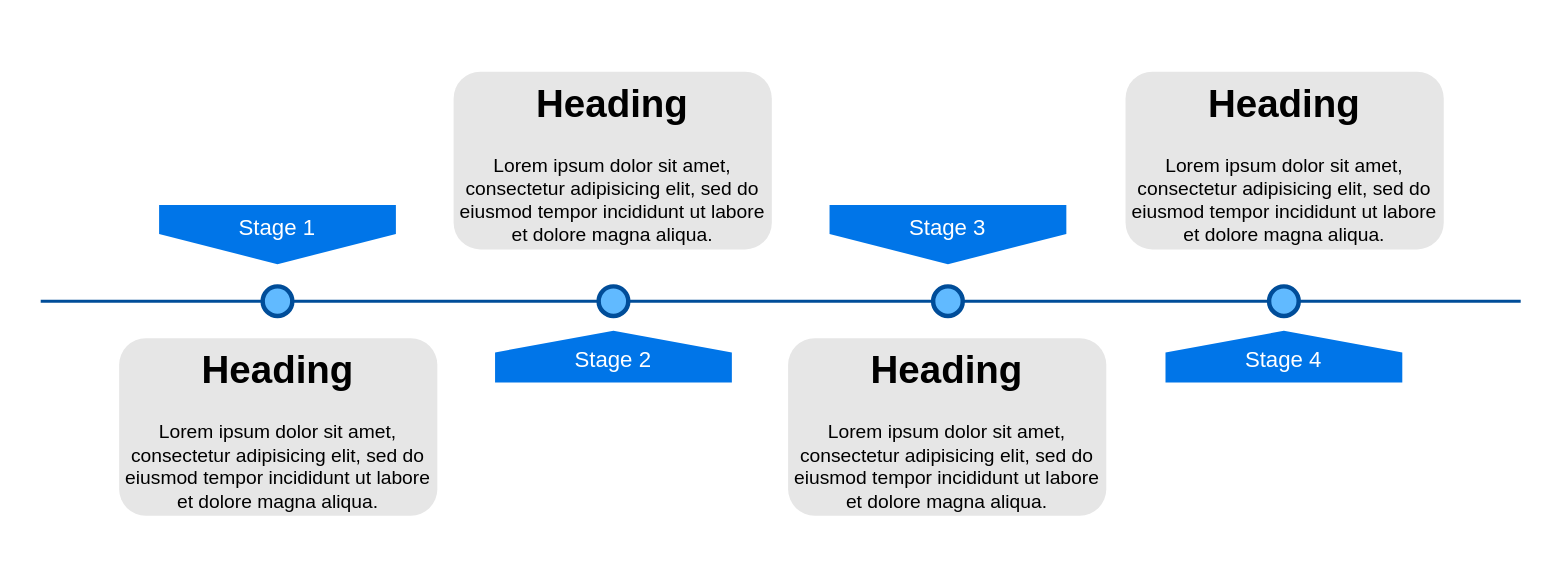
Above: SEE Automation Road Map.drawio in satis-pra/sp-draw.io-diagrams (draw.io), before the change. Source tidied: cells renumbered, new cells numbered last; positions are measured from the earlier drawing's top-left corner, leaving out a move shared by most shapes. Both pictures are drawn from the tidied source at 148%, with x=0, y=0 at pixel (40, 71).
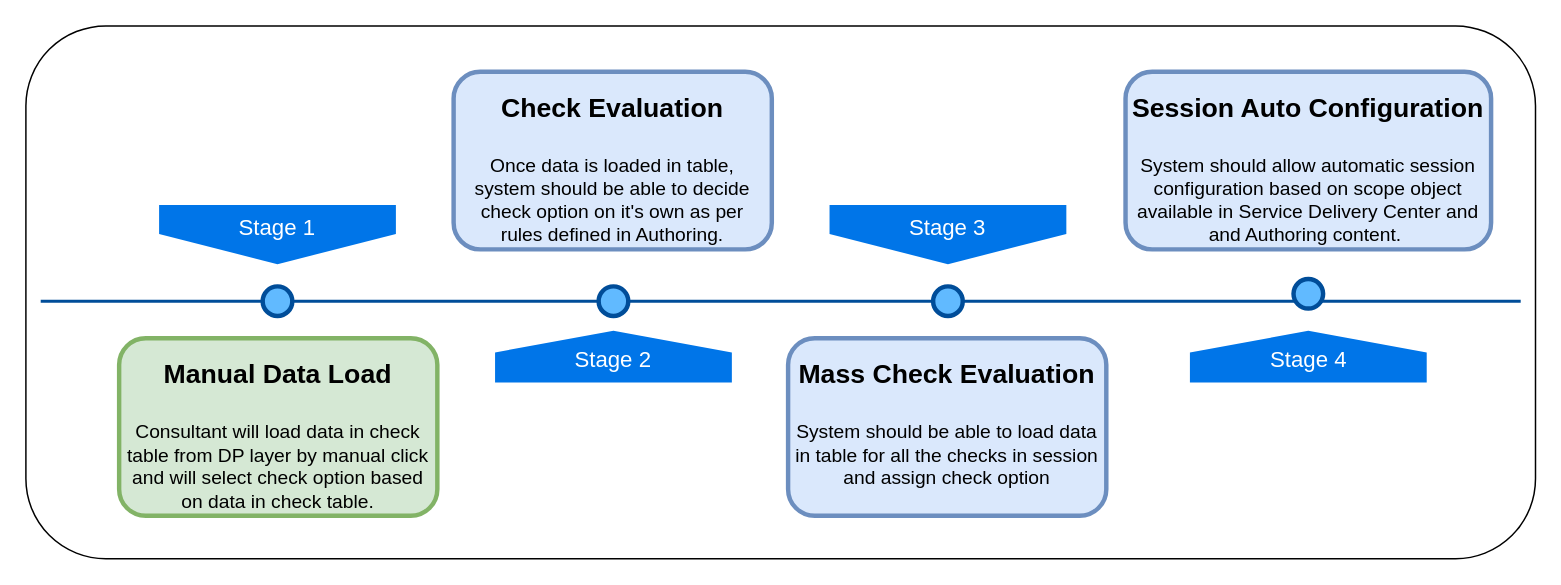
The same diagram, later.

The edit, as a diff of the source:
```diff
@@
 <mxGraphModel>
   <root>
     <mxCell id="0" />
     <mxCell id="1" parent="0" />
+    <mxCell id="15" style="rounded=1;whiteSpace=wrap;html=1;" parent="1" vertex="1">
+      <mxGeometry x="-10" y="-31" width="1020" height="360" as="geometry" />
+    </mxCell>
     <mxCell id="2" style="line;strokeWidth=2;html=1;fillColor=none;fontSize=28;fontColor=#004D99;strokeColor=#004D99;" parent="1" vertex="1">
       <mxGeometry y="150" width="1000" height="10" as="geometry" />
     </mxCell>
     <mxCell id="3" value="Stage 1" style="shape=offPageConnector;whiteSpace=wrap;html=1;fillColor=#0075E8;fontSize=15;fontColor=#FFFFFF;size=0.5093750000000015;verticalAlign=top;strokeColor=none;" parent="1" vertex="1">
       <mxGeometry x="80" y="90" width="160" height="40" as="geometry" />
     </mxCell>
     <mxCell id="4" value="&lt;span&gt;Stage 3&lt;/span&gt;" style="shape=offPageConnector;whiteSpace=wrap;html=1;fillColor=#0075E8;fontSize=15;fontColor=#FFFFFF;size=0.5093750000000015;verticalAlign=top;strokeColor=none;" parent="1" vertex="1">
       <mxGeometry x="533" y="90" width="160" height="40" as="geometry" />
     </mxCell>
     <mxCell id="5" value="&lt;span&gt;Stage 2&lt;/span&gt;" style="shape=offPageConnector;whiteSpace=wrap;html=1;fillColor=#0075E8;fontSize=15;fontColor=#FFFFFF;size=0.4178571428571445;flipV=1;verticalAlign=bottom;strokeColor=none;spacingBottom=4;" parent="1" vertex="1">
       <mxGeometry x="307" y="175" width="160" height="35" as="geometry" />
     </mxCell>
     <mxCell id="6" value="&lt;span&gt;Stage 4&lt;/span&gt;" style="shape=offPageConnector;whiteSpace=wrap;html=1;fillColor=#0075E8;fontSize=15;fontColor=#FFFFFF;size=0.4178571428571445;flipV=1;verticalAlign=bottom;strokeColor=none;spacingBottom=4;" parent="1" vertex="1">
-      <mxGeometry x="760" y="175" width="160" height="35" as="geometry" />
+      <mxGeometry x="776.5" y="175" width="160" height="35" as="geometry" />
     </mxCell>
     <mxCell id="7" style="ellipse;whiteSpace=wrap;html=1;fillColor=#61BAFF;fontSize=28;fontColor=#004D99;strokeWidth=3;strokeColor=#004D99;" parent="1" vertex="1">
       <mxGeometry x="150" y="145" width="20" height="20" as="geometry" />
     </mxCell>
     <mxCell id="8" style="ellipse;whiteSpace=wrap;html=1;fillColor=#61BAFF;fontSize=28;fontColor=#004D99;strokeWidth=3;strokeColor=#004D99;" parent="1" vertex="1">
       <mxGeometry x="377" y="145" width="20" height="20" as="geometry" />
     </mxCell>
     <mxCell id="9" style="ellipse;whiteSpace=wrap;html=1;fillColor=#61BAFF;fontSize=28;fontColor=#004D99;strokeWidth=3;strokeColor=#004D99;" parent="1" vertex="1">
       <mxGeometry x="603" y="145" width="20" height="20" as="geometry" />
     </mxCell>
     <mxCell id="10" style="ellipse;whiteSpace=wrap;html=1;fillColor=#61BAFF;fontSize=28;fontColor=#004D99;strokeWidth=3;strokeColor=#004D99;" parent="1" vertex="1">
-      <mxGeometry x="830" y="145" width="20" height="20" as="geometry" />
+      <mxGeometry x="846.5" y="140" width="20" height="20" as="geometry" />
     </mxCell>
-    <mxCell id="11" value="&lt;h1&gt;Heading&lt;/h1&gt;&lt;p&gt;Lorem ipsum dolor sit amet, consectetur adipisicing elit, sed do eiusmod tempor incididunt ut labore et dolore magna aliqua.&lt;/p&gt;" style="text;html=1;spacing=5;spacingTop=-20;whiteSpace=wrap;overflow=hidden;strokeColor=none;strokeWidth=3;fillColor=#E6E6E6;fontSize=13;fontColor=#000000;align=center;rounded=1;" parent="1" vertex="1">
+    <mxCell id="11" value="&lt;h1&gt;&lt;font style=&quot;font-size: 18px;&quot;&gt;Manual Data Load&lt;/font&gt;&lt;/h1&gt;&lt;p&gt;Consultant will load data in check table from DP layer by manual click and will select check option based on data in check table.&lt;/p&gt;" style="text;html=1;spacing=5;spacingTop=-20;whiteSpace=wrap;overflow=hidden;strokeColor=#82b366;strokeWidth=3;fillColor=#d5e8d4;fontSize=13;align=center;rounded=1;" parent="1" vertex="1">
       <mxGeometry x="53" y="180" width="215" height="120" as="geometry" />
     </mxCell>
-    <mxCell id="12" value="&lt;h1&gt;Heading&lt;/h1&gt;&lt;p&gt;Lorem ipsum dolor sit amet, consectetur adipisicing elit, sed do eiusmod tempor incididunt ut labore et dolore magna aliqua.&lt;/p&gt;" style="text;html=1;spacing=5;spacingTop=-20;whiteSpace=wrap;overflow=hidden;strokeColor=none;strokeWidth=3;fillColor=#E6E6E6;fontSize=13;fontColor=#000000;align=center;rounded=1;" parent="1" vertex="1">
+    <mxCell id="12" value="&lt;h1&gt;&lt;font style=&quot;font-size: 18px;&quot;&gt;Check Evaluation&lt;/font&gt;&lt;/h1&gt;&lt;p&gt;Once data is loaded in table, system should be able to decide check option on it's own as per rules defined in Authoring.&lt;/p&gt;" style="text;html=1;spacing=5;spacingTop=-20;whiteSpace=wrap;overflow=hidden;strokeColor=#6c8ebf;strokeWidth=3;fillColor=#dae8fc;fontSize=13;align=center;rounded=1;" parent="1" vertex="1">
       <mxGeometry x="279" width="215" height="120" as="geometry" />
     </mxCell>
-    <mxCell id="13" value="&lt;h1&gt;Heading&lt;/h1&gt;&lt;p&gt;Lorem ipsum dolor sit amet, consectetur adipisicing elit, sed do eiusmod tempor incididunt ut labore et dolore magna aliqua.&lt;/p&gt;" style="text;html=1;spacing=5;spacingTop=-20;whiteSpace=wrap;overflow=hidden;strokeColor=none;strokeWidth=3;fillColor=#E6E6E6;fontSize=13;fontColor=#000000;align=center;rounded=1;" parent="1" vertex="1">
+    <mxCell id="13" value="&lt;h1&gt;&lt;font style=&quot;font-size: 18px;&quot;&gt;Mass Check Evaluation&lt;/font&gt;&lt;/h1&gt;&lt;p&gt;System should be able to load data in table for all the checks in session and assign check option&lt;/p&gt;" style="text;html=1;spacing=5;spacingTop=-20;whiteSpace=wrap;overflow=hidden;strokeColor=#6c8ebf;strokeWidth=3;fillColor=#dae8fc;fontSize=13;align=center;rounded=1;" parent="1" vertex="1">
       <mxGeometry x="505" y="180" width="215" height="120" as="geometry" />
     </mxCell>
-    <mxCell id="14" value="&lt;h1&gt;Heading&lt;/h1&gt;&lt;p&gt;Lorem ipsum dolor sit amet, consectetur adipisicing elit, sed do eiusmod tempor incididunt ut labore et dolore magna aliqua.&lt;/p&gt;" style="text;html=1;spacing=5;spacingTop=-20;whiteSpace=wrap;overflow=hidden;strokeColor=none;strokeWidth=3;fillColor=#E6E6E6;fontSize=13;fontColor=#000000;align=center;rounded=1;" parent="1" vertex="1">
-      <mxGeometry x="733" width="215" height="120" as="geometry" />
+    <mxCell id="14" value="&lt;h1&gt;&lt;font style=&quot;font-size: 18px;&quot;&gt;Session Auto Configuration&lt;/font&gt;&lt;/h1&gt;&lt;p&gt;System should allow automatic session configuration based on scope object available in Service Delivery Center and and Authoring content.&amp;nbsp;&lt;/p&gt;" style="text;html=1;spacing=5;spacingTop=-20;whiteSpace=wrap;overflow=hidden;strokeColor=#6c8ebf;strokeWidth=3;fillColor=#dae8fc;fontSize=13;align=center;rounded=1;" parent="1" vertex="1">
+      <mxGeometry x="733" width="247" height="120" as="geometry" />
     </mxCell>
   </root>
 </mxGraphModel>
```
